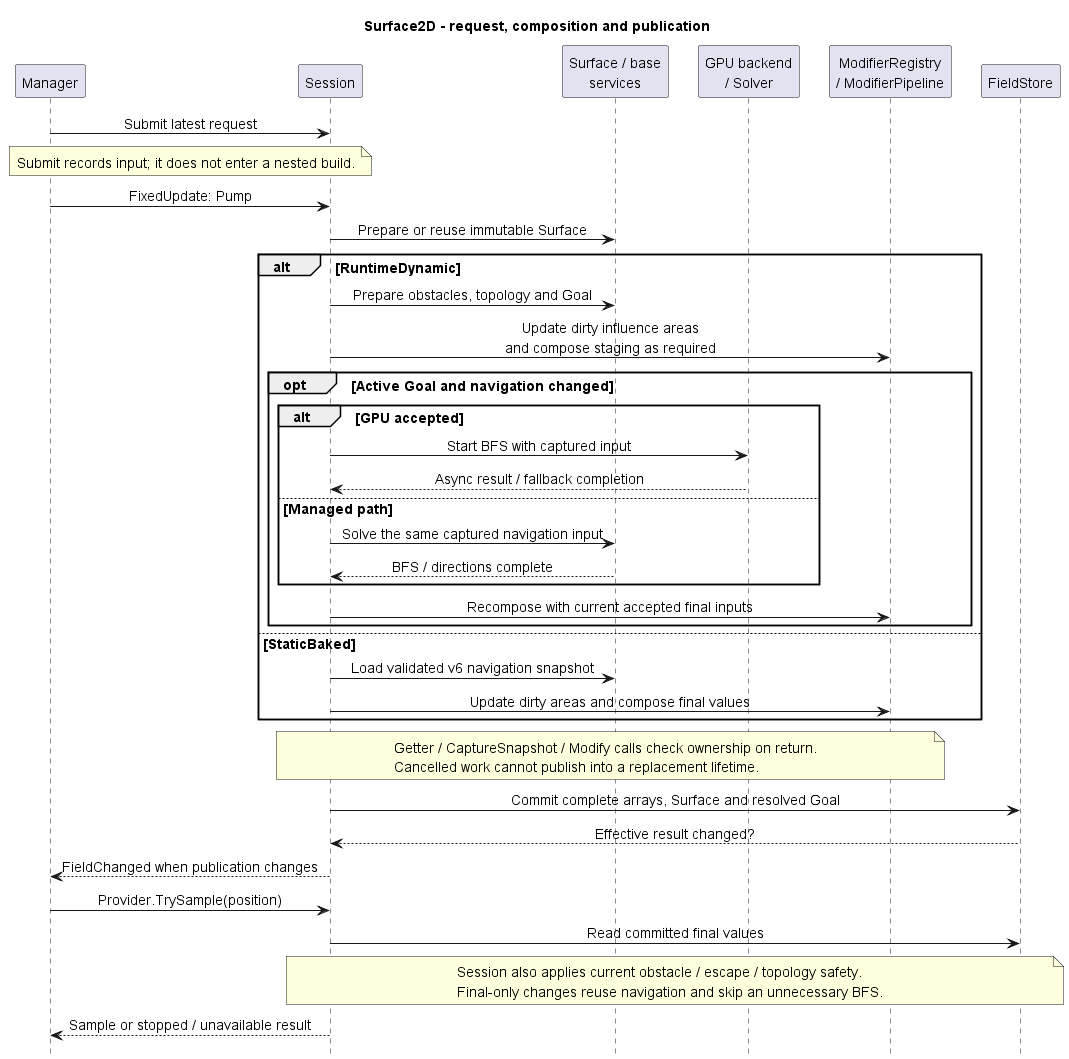
The PlantUML diagram ToyProject/Assets/_FlowField/Docs/Images/flowfield-surface.png in youwonsock/tool-unity-editor, before a commit. Source of this version:
```plantuml
@startuml flowfield-surface
skinparam shadowing false
skinparam defaultFontName SansSerif
skinparam defaultFontSize 14
skinparam sequenceMessageAlign center
skinparam ParticipantPadding 10
skinparam BoxPadding 6
hide footbox
title Surface2D - request, composition and publication

participant "Manager" as M
participant "Session" as S
participant "Surface / base\nservices" as B
participant "GPU backend\n/ Solver" as G
participant "ModifierRegistry\n/ ModifierPipeline" as F
participant "FieldStore" as P

M -> S : Submit latest request
note over M,S : Submit records input; it does not enter a nested build.
M -> S : FixedUpdate: Pump
S -> B : Prepare or reuse immutable Surface
alt RuntimeDynamic
  S -> B : Prepare obstacles, topology and Goal
  S -> F : Update dirty influence areas\nand compose staging as required
  opt Active Goal and navigation changed
    alt GPU accepted
      S -> G : Start BFS with captured input
      G --> S : Async result / fallback completion
    else Managed path
      S -> B : Solve the same captured navigation input
      B --> S : BFS / directions complete
    end
    S -> F : Recompose with current accepted final inputs
  end
else StaticBaked
  S -> B : Load validated v6 navigation snapshot
  S -> F : Update dirty areas and compose final values
end
note over S,F : Getter / CaptureSnapshot / Modify calls check ownership on return.\nCancelled work cannot publish into a replacement lifetime.
S -> P : Commit complete arrays, Surface and resolved Goal
P --> S : Effective result changed?
S --> M : FieldChanged when publication changes
M -> S : Provider.TrySample(position)
S -> P : Read committed final values
note over S,P : Session also applies current obstacle / escape / topology safety.\nFinal-only changes reuse navigation and skip an unnecessary BFS.
S --> M : Sample or stopped / unavailable result
@enduml
```
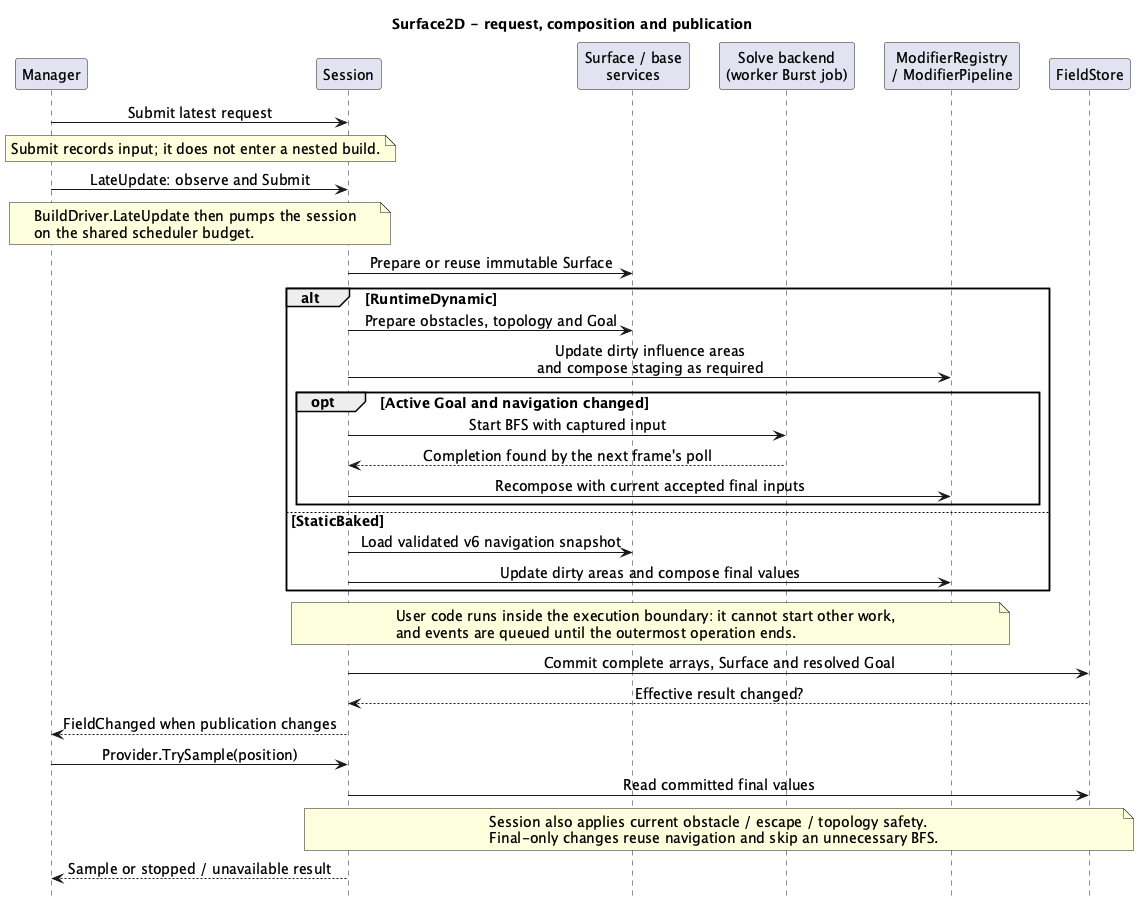
The same diagram one commit later.

Commit message:
FlowField: UML 이미지를 다시 렌더하고 카메라 확인 결과를 기록

What changed in the source:
```diff
@@ -11,32 +11,28 @@
 participant "Manager" as M
 participant "Session" as S
 participant "Surface / base\nservices" as B
-participant "GPU backend\n/ Solver" as G
+participant "Solve backend\n(worker Burst job)" as G
 participant "ModifierRegistry\n/ ModifierPipeline" as F
 participant "FieldStore" as P
 
 M -> S : Submit latest request
 note over M,S : Submit records input; it does not enter a nested build.
-M -> S : FixedUpdate: Pump
+M -> S : LateUpdate: observe and Submit
+note over M,S : BuildDriver.LateUpdate then pumps the session\non the shared scheduler budget.
 S -> B : Prepare or reuse immutable Surface
 alt RuntimeDynamic
   S -> B : Prepare obstacles, topology and Goal
   S -> F : Update dirty influence areas\nand compose staging as required
   opt Active Goal and navigation changed
-    alt GPU accepted
-      S -> G : Start BFS with captured input
-      G --> S : Async result / fallback completion
-    else Managed path
-      S -> B : Solve the same captured navigation input
-      B --> S : BFS / directions complete
-    end
+    S -> G : Start BFS with captured input
+    G --> S : Completion found by the next frame's poll
     S -> F : Recompose with current accepted final inputs
   end
 else StaticBaked
   S -> B : Load validated v6 navigation snapshot
   S -> F : Update dirty areas and compose final values
 end
-note over S,F : Getter / CaptureSnapshot / Modify calls check ownership on return.\nCancelled work cannot publish into a replacement lifetime.
+note over S,F : User code runs inside the execution boundary: it cannot start other work,\nand events are queued until the outermost operation ends.
 S -> P : Commit complete arrays, Surface and resolved Goal
 P --> S : Effective result changed?
 S --> M : FieldChanged when publication changes
```
